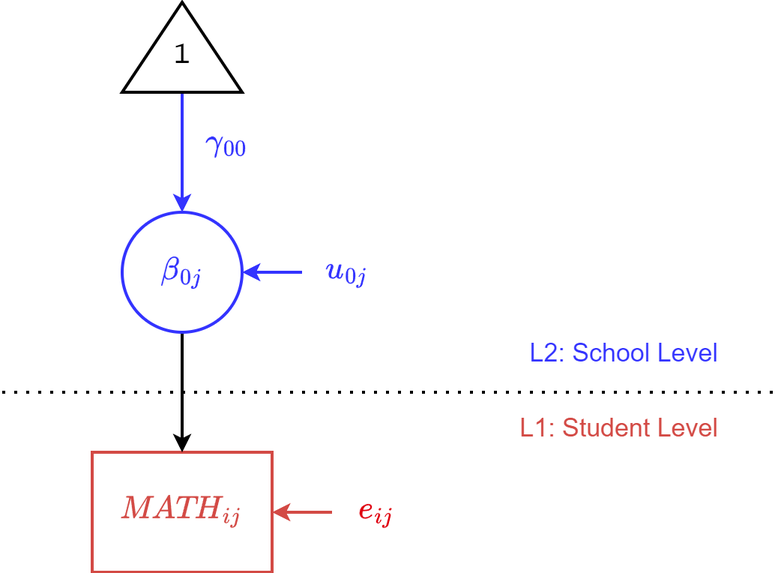
This is diagrams/random_intercepts_full.png from jmgirard/psyc894, a draw.io export, as it was before one commit. Source tidied: cells renumbered, new cells last; positions are measured from the earlier drawing's top-left corner, leaving out a move shared by most shapes. Its diagram source:
```xml
<mxGraphModel math="1">
  <root>
    <mxCell id="0" />
    <mxCell id="1" parent="0" />
    <mxCell id="2" value="$$\textit{MATH}_{ij}$$" style="rounded=0;whiteSpace=wrap;html=1;fontSize=18;strokeWidth=2;fontFamily=Lucida Console;fontColor=#D34A45;strokeColor=#D34A45;" parent="1" vertex="1">
      <mxGeometry x="60" y="300" width="120" height="80" as="geometry" />
    </mxCell>
    <mxCell id="3" style="endArrow=classic;html=1;rounded=0;entryX=1;entryY=0.5;entryDx=0;entryDy=0;strokeWidth=2;strokeColor=#D34A45;exitX=0;exitY=0.5;exitDx=0;exitDy=0;" parent="1" edge="1" source="4" target="2">
      <mxGeometry relative="1" as="geometry" />
    </mxCell>
    <mxCell id="4" value="&lt;font color=&quot;#df000f&quot;&gt;&lt;span style=&quot;background-color: rgb(255, 255, 255);&quot;&gt;$$e_{ij}$$&lt;/span&gt;&lt;/font&gt;" style="text;html=1;align=center;verticalAlign=middle;whiteSpace=wrap;rounded=0;fontSize=18;fontColor=#D34A45;fontFamily=Lucida Console;" parent="1" vertex="1">
      <mxGeometry x="220" y="325" width="60" height="30" as="geometry" />
    </mxCell>
    <mxCell id="5" style="edgeStyle=orthogonalEdgeStyle;rounded=0;jettySize=auto;html=1;exitX=0.5;exitY=1;exitDx=0;exitDy=0;entryX=0.5;entryY=0;entryDx=0;entryDy=0;strokeWidth=2;strokeColor=#000000;" parent="1" edge="1" source="6" target="2">
      <mxGeometry relative="1" as="geometry" />
    </mxCell>
    <mxCell id="6" value="$$\beta_{0j}$$" style="ellipse;whiteSpace=wrap;html=1;strokeWidth=2;fontSize=18;fontFamily=Lucida Console;fontColor=#3333FF;strokeColor=#3333FF;" parent="1" vertex="1">
      <mxGeometry x="80" y="140" width="80" height="80" as="geometry" />
    </mxCell>
    <mxCell id="7" style="endArrow=classic;html=1;rounded=0;entryX=1;entryY=0.5;entryDx=0;entryDy=0;strokeWidth=2;strokeColor=#3333FF;exitX=0;exitY=0.5;exitDx=0;exitDy=0;fontColor=#3333FF;" parent="1" edge="1" source="8">
      <mxGeometry relative="1" as="geometry">
        <mxPoint x="160" y="180" as="targetPoint" />
      </mxGeometry>
    </mxCell>
    <mxCell id="8" value="&lt;font&gt;&lt;span style=&quot;background-color: rgb(255, 255, 255);&quot;&gt;$$u_{0j}$$&lt;/span&gt;&lt;/font&gt;" style="text;html=1;align=center;verticalAlign=middle;whiteSpace=wrap;rounded=0;fontSize=18;fontColor=#3333FF;fontFamily=Lucida Console;" parent="1" vertex="1">
      <mxGeometry x="200" y="165" width="60" height="30" as="geometry" />
    </mxCell>
    <mxCell id="9" style="edgeStyle=orthogonalEdgeStyle;rounded=0;jettySize=auto;html=1;exitX=0;exitY=0.5;exitDx=0;exitDy=0;strokeWidth=2;strokeColor=#3333FF;entryX=0.5;entryY=0;entryDx=0;entryDy=0;" parent="1" edge="1" source="12" target="6">
      <mxGeometry relative="1" as="geometry" />
    </mxCell>
    <mxCell id="10" value="&lt;font&gt;&lt;span style=&quot;background-color: rgb(255, 255, 255);&quot;&gt;$$\gamma_{00}$$&lt;/span&gt;&lt;/font&gt;" style="text;html=1;align=center;verticalAlign=middle;whiteSpace=wrap;rounded=0;fontSize=18;fontColor=#3333FF;fontFamily=Lucida Console;" parent="1" vertex="1">
      <mxGeometry x="120" y="80" width="60" height="30" as="geometry" />
    </mxCell>
    <mxCell id="11" style="endArrow=none;dashed=1;html=1;dashPattern=1 3;strokeWidth=2;rounded=0;" parent="1" edge="1">
      <mxGeometry relative="1" as="geometry">
        <mxPoint y="260" as="sourcePoint" />
        <mxPoint x="520" y="260" as="targetPoint" />
      </mxGeometry>
    </mxCell>
    <mxCell id="12" value="&lt;font style=&quot;font-size: 18px;&quot;&gt;1&lt;/font&gt;" style="triangle;whiteSpace=wrap;html=1;strokeWidth=2;direction=north;verticalAlign=middle;spacingTop=12;fontFamily=Lucida Console;" parent="1" vertex="1">
      <mxGeometry x="80" width="80" height="60" as="geometry" />
    </mxCell>
    <mxCell id="13" value="L2: School Level" style="text;html=1;align=right;verticalAlign=middle;whiteSpace=wrap;rounded=0;fontSize=17;fontColor=#3333FF;" parent="1" vertex="1">
      <mxGeometry x="320" y="220" width="160" height="30" as="geometry" />
    </mxCell>
    <mxCell id="14" value="L1: Student Level" style="text;html=1;align=right;verticalAlign=middle;whiteSpace=wrap;rounded=0;fontSize=17;fontColor=#D34A45;" parent="1" vertex="1">
      <mxGeometry x="320" y="270" width="160" height="30" as="geometry" />
    </mxCell>
  </root>
</mxGraphModel>
```
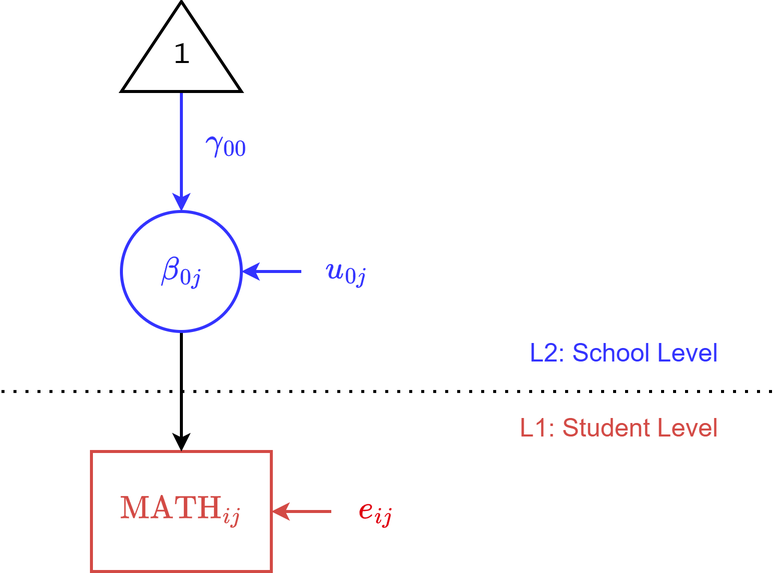
After the commit.

What changed in the source:
```diff
@@ -2,7 +2,7 @@
   <root>
     <mxCell id="0" />
     <mxCell id="1" parent="0" />
-    <mxCell id="2" value="$$\textit{MATH}_{ij}$$" style="rounded=0;whiteSpace=wrap;html=1;fontSize=18;strokeWidth=2;fontFamily=Lucida Console;fontColor=#D34A45;strokeColor=#D34A45;" parent="1" vertex="1">
+    <mxCell id="2" value="$$\text{MATH}_{ij}$$" style="rounded=0;whiteSpace=wrap;html=1;fontSize=18;strokeWidth=2;fontFamily=Lucida Console;fontColor=#D34A45;strokeColor=#D34A45;" parent="1" vertex="1">
       <mxGeometry x="60" y="300" width="120" height="80" as="geometry" />
     </mxCell>
     <mxCell id="3" style="endArrow=classic;html=1;rounded=0;entryX=1;entryY=0.5;entryDx=0;entryDy=0;strokeWidth=2;strokeColor=#D34A45;exitX=0;exitY=0.5;exitDx=0;exitDy=0;" parent="1" edge="1" source="4" target="2">
```
